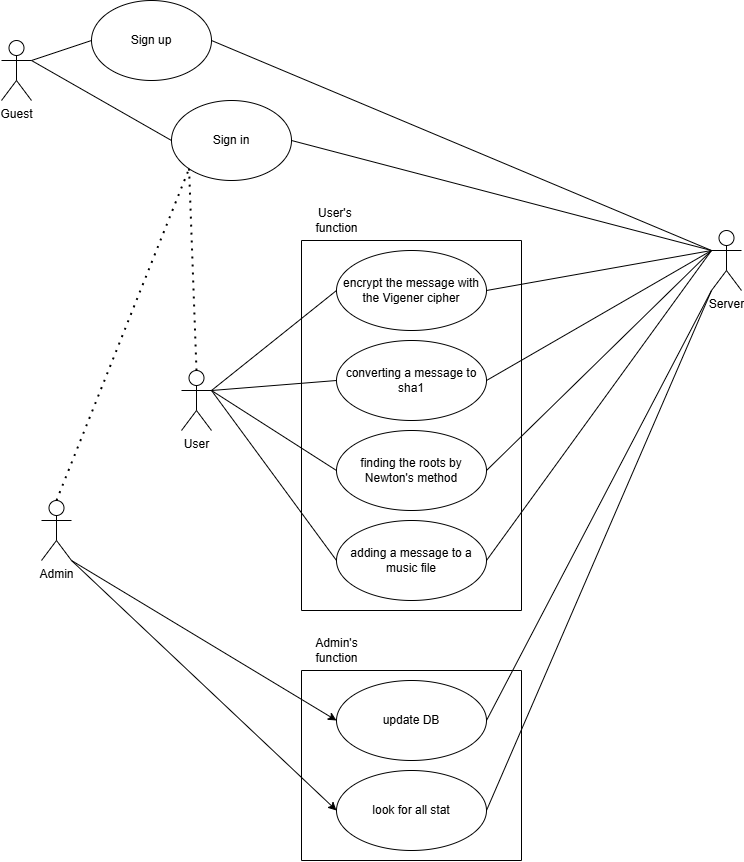
The draw.io diagram Диаграмма прецедентов.drawio.png in dimaan49/-TaMP-IBVJD, before a commit. Source tidied: cells renumbered, new cells last; positions are measured from the earlier drawing's top-left corner, leaving out a move shared by most shapes.
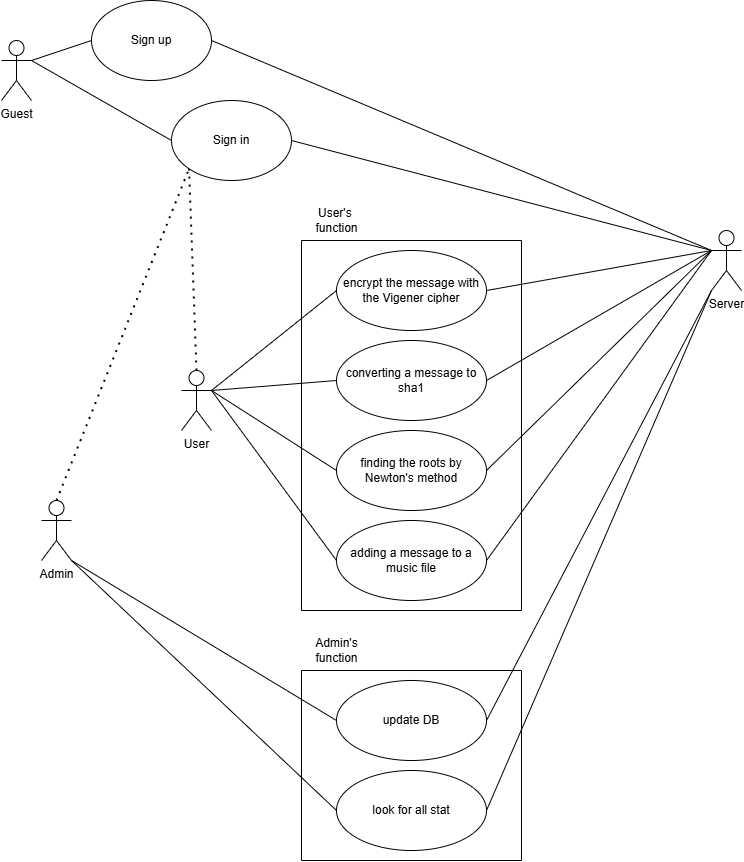
After the commit.

The edit, as a diff of the source:
```diff
@@ -92,19 +92,19 @@
     <mxCell id="31" value="Admin's&lt;div&gt;function&lt;/div&gt;" style="text;html=1;align=center;verticalAlign=middle;strokeColor=none;fillColor=none;" parent="1" vertex="1">
       <mxGeometry x="300" y="630" width="70" height="40" as="geometry" />
     </mxCell>
-    <mxCell id="32" style="endArrow=classic;html=1;rounded=0;entryX=0;entryY=0.5;entryDx=0;entryDy=0;" parent="1" edge="1" target="30">
-      <mxGeometry relative="1" as="geometry">
-        <mxPoint x="70" y="560" as="sourcePoint" />
-      </mxGeometry>
-    </mxCell>
     <mxCell id="33" style="endArrow=none;dashed=1;html=1;dashPattern=1 3;strokeWidth=2;rounded=0;entryX=0;entryY=1;entryDx=0;entryDy=0;exitX=0.5;exitY=0;exitDx=0;exitDy=0;exitPerimeter=0;" parent="1" edge="1" source="4" target="7">
       <mxGeometry relative="1" as="geometry" />
     </mxCell>
     <mxCell id="34" style="endArrow=none;dashed=1;html=1;dashPattern=1 3;strokeWidth=2;rounded=0;entryX=0;entryY=1;entryDx=0;entryDy=0;exitX=0.5;exitY=0;exitDx=0;exitDy=0;exitPerimeter=0;" parent="1" edge="1" source="3" target="7">
       <mxGeometry relative="1" as="geometry" />
     </mxCell>
-    <mxCell id="35" style="endArrow=classic;html=1;rounded=0;entryX=0;entryY=0.5;entryDx=0;entryDy=0;exitX=1;exitY=1;exitDx=0;exitDy=0;exitPerimeter=0;" parent="1" edge="1" source="4" target="29">
-      <mxGeometry relative="1" as="geometry" />
-    </mxCell>
+    <mxCell id="36" style="endArrow=none;html=1;rounded=0;exitX=1;exitY=1;exitDx=0;exitDy=0;exitPerimeter=0;entryX=0;entryY=0.5;entryDx=0;entryDy=0;" parent="1" edge="1" source="4" target="30">
+      <mxGeometry relative="1" as="geometry" />
+    </mxCell>
+    <mxCell id="37" style="endArrow=none;html=1;rounded=0;entryX=0;entryY=0.5;entryDx=0;entryDy=0;" parent="1" edge="1" target="29">
+      <mxGeometry relative="1" as="geometry">
+        <mxPoint x="70" y="560" as="sourcePoint" />
+      </mxGeometry>
+    </mxCell>
   </root>
 </mxGraphModel>
```
